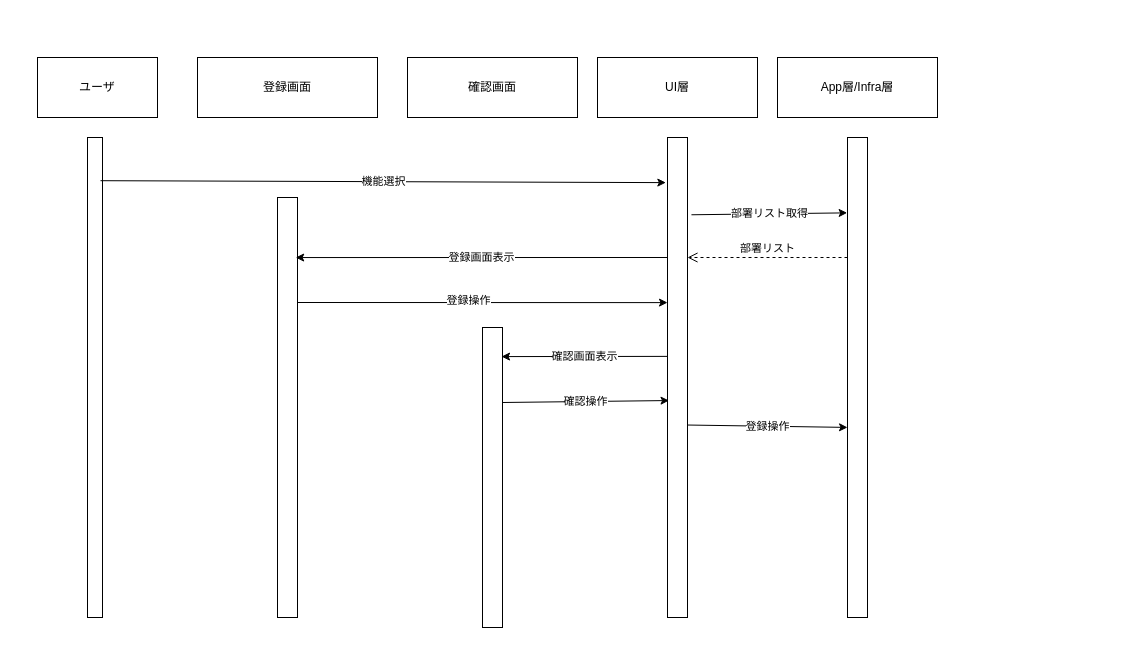
Above: page "社員登録" (1 of 4) of docs/02_design/Sequense_figure.dio in Keiichiro-Murayama/csharp_training_202605 (draw.io), before the change. Source tidied: cells renumbered, new cells numbered last; positions are measured from the earlier drawing's top-left corner, leaving out a move shared by most shapes. Both pictures are drawn from the tidied source at 100%, with x=0, y=0 at pixel (37, 57).
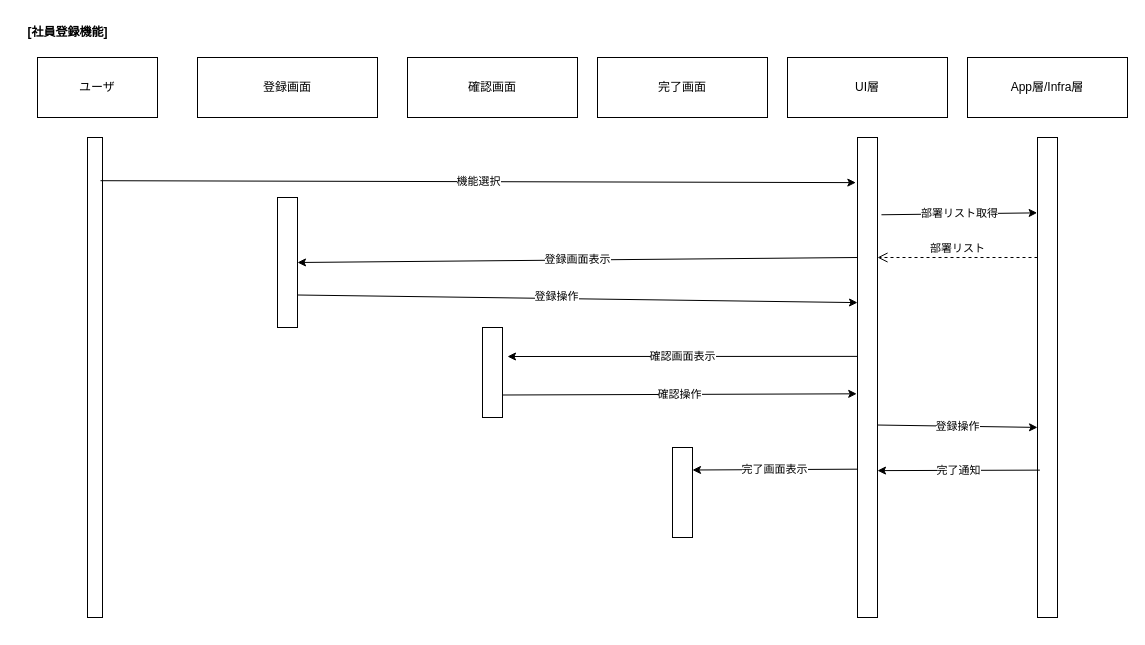
The same page after the edit.

Change to the diagram source:
```diff
@@
     <mxCell id="5" value="UI層" style="rounded=0;whiteSpace=wrap;html=1;" parent="1" vertex="1">
-      <mxGeometry x="560" width="160" height="60" as="geometry" />
+      <mxGeometry x="750" width="160" height="60" as="geometry" />
     </mxCell>
@@
     <mxCell id="7" style="rounded=0;whiteSpace=wrap;html=1;" parent="1" vertex="1">
-      <mxGeometry x="240" y="140" width="20" height="420" as="geometry" />
+      <mxGeometry x="240" y="140" width="20" height="130" as="geometry" />
     </mxCell>
     <mxCell id="8" style="rounded=0;whiteSpace=wrap;html=1;" parent="1" vertex="1">
-      <mxGeometry x="445" y="270" width="20" height="300" as="geometry" />
+      <mxGeometry x="445" y="270" width="20" height="90" as="geometry" />
     </mxCell>
     <mxCell id="9" style="rounded=0;whiteSpace=wrap;html=1;" parent="1" vertex="1">
-      <mxGeometry x="630" y="80" width="20" height="480" as="geometry" />
+      <mxGeometry x="820" y="80" width="20" height="480" as="geometry" />
     </mxCell>
     <mxCell id="10" value="App層/Infra層" style="rounded=0;whiteSpace=wrap;html=1;" parent="1" vertex="1">
-      <mxGeometry x="740" width="160" height="60" as="geometry" />
+      <mxGeometry x="930" width="160" height="60" as="geometry" />
     </mxCell>
     <mxCell id="11" style="rounded=0;whiteSpace=wrap;html=1;" parent="1" vertex="1">
-      <mxGeometry x="810" y="80" width="20" height="480" as="geometry" />
+      <mxGeometry x="1000" y="80" width="20" height="480" as="geometry" />
     </mxCell>
@@
-    <mxCell id="15" value="登録画面表示" style="endArrow=classic;html=1;exitX=0;exitY=0.25;exitDx=0;exitDy=0;entryX=0.91;entryY=0.143;entryDx=0;entryDy=0;entryPerimeter=0;" parent="1" edge="1" source="9" target="7">
+    <mxCell id="15" value="登録画面表示" style="endArrow=classic;html=1;exitX=0;exitY=0.25;exitDx=0;exitDy=0;entryX=1;entryY=0.5;entryDx=0;entryDy=0;" parent="1" edge="1" source="9" target="7">
       <mxGeometry relative="1" as="geometry" />
     </mxCell>
-    <mxCell id="16" style="edgeStyle=none;html=1;exitX=1;exitY=0.25;exitDx=0;exitDy=0;entryX=0;entryY=0.344;entryDx=0;entryDy=0;entryPerimeter=0;" parent="1" edge="1" source="7" target="9">
+    <mxCell id="16" style="edgeStyle=none;html=1;entryX=0;entryY=0.344;entryDx=0;entryDy=0;entryPerimeter=0;exitX=1;exitY=0.75;exitDx=0;exitDy=0;" parent="1" edge="1" source="7" target="9">
       <mxGeometry relative="1" as="geometry" />
     </mxCell>
@@
-    <mxCell id="18" value="確認画面表示" style="endArrow=classic;html=1;entryX=0.953;entryY=0.097;entryDx=0;entryDy=0;entryPerimeter=0;exitX=0;exitY=0.456;exitDx=0;exitDy=0;exitPerimeter=0;" parent="1" edge="1" source="9" target="8">
-      <mxGeometry relative="1" as="geometry" />
+    <mxCell id="18" value="確認画面表示" style="endArrow=classic;html=1;exitX=0;exitY=0.456;exitDx=0;exitDy=0;exitPerimeter=0;" parent="1" edge="1" source="9">
+      <mxGeometry relative="1" as="geometry">
+        <mxPoint x="470" y="299" as="targetPoint" />
+      </mxGeometry>
     </mxCell>
-    <mxCell id="19" value="確認操作" style="endArrow=classic;html=1;exitX=1;exitY=0.25;exitDx=0;exitDy=0;entryX=0.077;entryY=0.548;entryDx=0;entryDy=0;entryPerimeter=0;" parent="1" edge="1" source="8" target="9">
+    <mxCell id="19" value="確認操作" style="endArrow=classic;html=1;exitX=1;exitY=0.75;exitDx=0;exitDy=0;entryX=-0.039;entryY=0.534;entryDx=0;entryDy=0;entryPerimeter=0;" parent="1" edge="1" source="8" target="9">
       <mxGeometry relative="1" as="geometry" />
     </mxCell>
@@
+    <mxCell id="21" value="完了通知" style="endArrow=classic;html=1;exitX=0.12;exitY=0.693;exitDx=0;exitDy=0;exitPerimeter=0;entryX=1;entryY=0.694;entryDx=0;entryDy=0;entryPerimeter=0;" parent="1" edge="1" source="11" target="9">
+      <mxGeometry relative="1" as="geometry" />
+    </mxCell>
+    <mxCell id="22" value="完了画面表示" style="endArrow=classic;html=1;exitX=0;exitY=0.691;exitDx=0;exitDy=0;exitPerimeter=0;entryX=1;entryY=0.25;entryDx=0;entryDy=0;" parent="1" edge="1" source="9" target="24">
+      <mxGeometry relative="1" as="geometry" />
+    </mxCell>
+    <mxCell id="23" value="完了画面" style="rounded=0;whiteSpace=wrap;html=1;" parent="1" vertex="1">
+      <mxGeometry x="560" width="170" height="60" as="geometry" />
+    </mxCell>
+    <mxCell id="24" style="rounded=0;whiteSpace=wrap;html=1;" parent="1" vertex="1">
+      <mxGeometry x="635" y="390" width="20" height="90" as="geometry" />
+    </mxCell>
+    <mxCell id="25" value="[社員登録機能]" style="text;html=1;align=center;verticalAlign=middle;strokeColor=none;fillColor=none;fontStyle=1;" parent="1" vertex="1">
+      <mxGeometry x="-20" y="-40" width="100" height="30" as="geometry" />
+    </mxCell>
```
